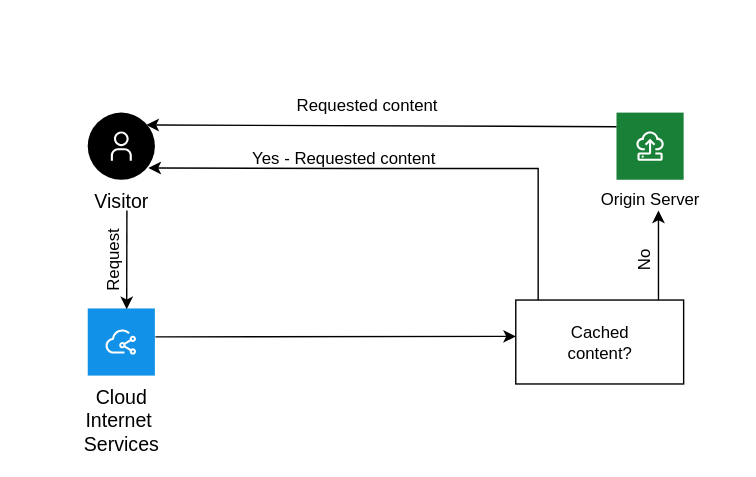
Above: images/ddos-caching.svg in ibm-cloud-docs/cis (draw.io), before the change. Source tidied: cells renumbered, new cells last; positions are measured from the earlier drawing's top-left corner, leaving out a move shared by most shapes. The source it was exported from:
```xml
<mxGraphModel>
  <root>
    <mxCell id="0" />
    <mxCell id="1" parent="0" />
    <mxCell id="2" style="rounded=0;whiteSpace=wrap;html=1;fillColor=default;strokeColor=none;" parent="1" vertex="1">
      <mxGeometry width="540" height="340" as="geometry" />
    </mxCell>
    <mxCell id="3" style="rounded=0;whiteSpace=wrap;html=1;" parent="1" vertex="1">
      <mxGeometry x="368" y="214" width="120" height="60" as="geometry" />
    </mxCell>
    <mxCell id="4" value="Origin Server&#10;" style="shape=rect;fillColor=#198038;labelPosition=center;verticalLabelPosition=bottom;align=center;verticalAlign=top;strokeColor=none;fontSize=12;" parent="1" vertex="1">
      <mxGeometry x="440" y="80" width="48" height="48" as="geometry" />
    </mxCell>
    <mxCell id="5" style="fillColor=#ffffff;strokeColor=none;dashed=0;html=1;labelPosition=center;verticalLabelPosition=bottom;verticalAlign=top;shape=mxgraph.ibm_cloud.ibm-cloud--virtual-server-classic;" parent="4" vertex="1">
      <mxGeometry width="24" height="24" relative="1" as="geometry">
        <mxPoint x="12" y="12" as="offset" />
      </mxGeometry>
    </mxCell>
    <mxCell id="6" value="Visitor" style="shape=ellipse;fillColor=#000000;labelPosition=center;verticalLabelPosition=bottom;align=center;verticalAlign=top;strokeColor=none;fontSize=14;" parent="1" vertex="1">
      <mxGeometry x="62" y="80" width="48" height="48" as="geometry" />
    </mxCell>
    <mxCell id="7" style="fillColor=#ffffff;strokeColor=none;dashed=0;html=1;labelPosition=center;verticalLabelPosition=bottom;verticalAlign=top;shape=mxgraph.ibm_cloud.user;" parent="6" vertex="1">
      <mxGeometry width="24" height="24" relative="1" as="geometry">
        <mxPoint x="12" y="12" as="offset" />
      </mxGeometry>
    </mxCell>
    <mxCell id="8" value="Cloud&#10;Internet &#10;Services" style="shape=rect;fillColor=#1192E8;labelPosition=center;verticalLabelPosition=bottom;align=center;verticalAlign=top;strokeColor=none;fontSize=14;" parent="1" vertex="1">
      <mxGeometry x="62" y="220" width="48" height="48" as="geometry" />
    </mxCell>
    <mxCell id="9" style="fillColor=#ffffff;strokeColor=none;dashed=0;html=1;labelPosition=center;verticalLabelPosition=bottom;verticalAlign=top;shape=mxgraph.ibm_cloud.ibm-cloud--internet-services;" parent="8" vertex="1">
      <mxGeometry width="24" height="24" relative="1" as="geometry">
        <mxPoint x="12" y="12" as="offset" />
      </mxGeometry>
    </mxCell>
    <mxCell id="10" value="Cached content?" style="text;html=1;align=center;verticalAlign=middle;whiteSpace=wrap;rounded=0;" parent="1" vertex="1">
      <mxGeometry x="398" y="229" width="60" height="30" as="geometry" />
    </mxCell>
    <mxCell id="11" style="endArrow=classic;html=1;rounded=0;" parent="1" edge="1">
      <mxGeometry relative="1" as="geometry">
        <mxPoint x="470" y="214" as="sourcePoint" />
        <mxPoint x="470" y="150" as="targetPoint" />
      </mxGeometry>
    </mxCell>
    <mxCell id="12" style="endArrow=classic;html=1;rounded=0;entryX=0.904;entryY=0.824;entryDx=0;entryDy=0;entryPerimeter=0;" parent="1" edge="1" target="6">
      <mxGeometry relative="1" as="geometry">
        <mxPoint x="384" y="214" as="sourcePoint" />
        <Array as="points">
          <mxPoint x="384" y="120" />
          <mxPoint x="250" y="120" />
        </Array>
      </mxGeometry>
    </mxCell>
    <mxCell id="13" style="endArrow=classic;html=1;rounded=0;exitX=0;exitY=0.21;exitDx=0;exitDy=0;exitPerimeter=0;entryX=0.873;entryY=0.184;entryDx=0;entryDy=0;entryPerimeter=0;" parent="1" edge="1" source="4" target="6">
      <mxGeometry relative="1" as="geometry" />
    </mxCell>
    <mxCell id="14" style="endArrow=classic;html=1;rounded=0;entryX=0.58;entryY=0.012;entryDx=0;entryDy=0;entryPerimeter=0;" parent="1" edge="1" target="8">
      <mxGeometry relative="1" as="geometry">
        <mxPoint x="90" y="150" as="sourcePoint" />
      </mxGeometry>
    </mxCell>
    <mxCell id="15" style="endArrow=classic;html=1;rounded=0;exitX=1.008;exitY=0.423;exitDx=0;exitDy=0;entryX=0.001;entryY=0.433;entryDx=0;entryDy=0;entryPerimeter=0;exitPerimeter=0;" parent="1" edge="1" source="8" target="3">
      <mxGeometry relative="1" as="geometry" />
    </mxCell>
    <mxCell id="16" value="Request" style="text;html=1;align=center;verticalAlign=middle;whiteSpace=wrap;rounded=0;rotation=270;" parent="1" vertex="1">
      <mxGeometry x="50" y="170" width="60" height="30" as="geometry" />
    </mxCell>
    <mxCell id="17" value="No" style="text;html=1;align=center;verticalAlign=middle;whiteSpace=wrap;rounded=0;rotation=270;" parent="1" vertex="1">
      <mxGeometry x="430" y="170" width="60" height="30" as="geometry" />
    </mxCell>
    <mxCell id="18" value="Yes - Requested content" style="text;html=1;align=center;verticalAlign=middle;whiteSpace=wrap;rounded=0;" parent="1" vertex="1">
      <mxGeometry x="170" y="98" width="150" height="30" as="geometry" />
    </mxCell>
    <mxCell id="19" value="&amp;nbsp; &amp;nbsp; &amp;nbsp; &amp;nbsp; &amp;nbsp; Requested content" style="text;html=1;align=center;verticalAlign=middle;whiteSpace=wrap;rounded=0;" parent="1" vertex="1">
      <mxGeometry x="170" y="60" width="150" height="30" as="geometry" />
    </mxCell>
  </root>
</mxGraphModel>
```
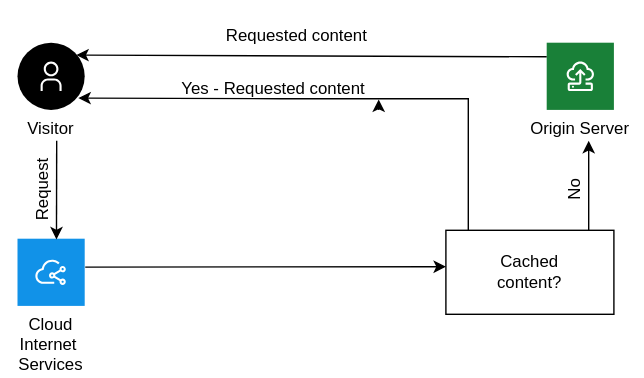
The same file after the commit.

The edit, as a diff of the source:
```diff
@@ -2,65 +2,65 @@
   <root>
     <mxCell id="0" />
     <mxCell id="1" parent="0" />
-    <mxCell id="2" style="rounded=0;whiteSpace=wrap;html=1;fillColor=default;strokeColor=none;" parent="1" vertex="1">
-      <mxGeometry width="540" height="340" as="geometry" />
-    </mxCell>
-    <mxCell id="3" style="rounded=0;whiteSpace=wrap;html=1;" parent="1" vertex="1">
-      <mxGeometry x="368" y="214" width="120" height="60" as="geometry" />
-    </mxCell>
+    <mxCell id="20" style="rounded=0;whiteSpace=wrap;html=1;fillColor=default;strokeColor=none;" parent="1" vertex="1">
+      <mxGeometry x="50" y="50" width="460" height="270" as="geometry" />
+    </mxCell>
+    <mxCell id="21" style="rounded=0;whiteSpace=wrap;html=1;" parent="1" vertex="1">
+      <mxGeometry x="368" y="214" width="120" height="60" as="geometry" />
+    </mxCell>
     <mxCell id="4" value="Origin Server&#10;" style="shape=rect;fillColor=#198038;labelPosition=center;verticalLabelPosition=bottom;align=center;verticalAlign=top;strokeColor=none;fontSize=12;" parent="1" vertex="1">
       <mxGeometry x="440" y="80" width="48" height="48" as="geometry" />
     </mxCell>
-    <mxCell id="5" style="fillColor=#ffffff;strokeColor=none;dashed=0;html=1;labelPosition=center;verticalLabelPosition=bottom;verticalAlign=top;shape=mxgraph.ibm_cloud.ibm-cloud--virtual-server-classic;" parent="4" vertex="1">
-      <mxGeometry width="24" height="24" relative="1" as="geometry">
-        <mxPoint x="12" y="12" as="offset" />
-      </mxGeometry>
-    </mxCell>
+    <mxCell id="22" style="fillColor=#ffffff;strokeColor=none;dashed=0;html=1;labelPosition=center;verticalLabelPosition=bottom;verticalAlign=top;shape=mxgraph.ibm_cloud.ibm-cloud--virtual-server-classic;" parent="4" vertex="1">
+      <mxGeometry width="24" height="24" relative="1" as="geometry">
+        <mxPoint x="12" y="12" as="offset" />
+      </mxGeometry>
+    </mxCell>
-    <mxCell id="6" value="Visitor" style="shape=ellipse;fillColor=#000000;labelPosition=center;verticalLabelPosition=bottom;align=center;verticalAlign=top;strokeColor=none;fontSize=14;" parent="1" vertex="1">
+    <mxCell id="6" value="Visitor" style="shape=ellipse;fillColor=#000000;labelPosition=center;verticalLabelPosition=bottom;align=center;verticalAlign=top;strokeColor=none;fontSize=12;" parent="1" vertex="1">
       <mxGeometry x="62" y="80" width="48" height="48" as="geometry" />
     </mxCell>
-    <mxCell id="7" style="fillColor=#ffffff;strokeColor=none;dashed=0;html=1;labelPosition=center;verticalLabelPosition=bottom;verticalAlign=top;shape=mxgraph.ibm_cloud.user;" parent="6" vertex="1">
-      <mxGeometry width="24" height="24" relative="1" as="geometry">
-        <mxPoint x="12" y="12" as="offset" />
-      </mxGeometry>
-    </mxCell>
+    <mxCell id="23" style="fillColor=#ffffff;strokeColor=none;dashed=0;html=1;labelPosition=center;verticalLabelPosition=bottom;verticalAlign=top;shape=mxgraph.ibm_cloud.user;" parent="6" vertex="1">
+      <mxGeometry width="24" height="24" relative="1" as="geometry">
+        <mxPoint x="12" y="12" as="offset" />
+      </mxGeometry>
+    </mxCell>
-    <mxCell id="8" value="Cloud&#10;Internet &#10;Services" style="shape=rect;fillColor=#1192E8;labelPosition=center;verticalLabelPosition=bottom;align=center;verticalAlign=top;strokeColor=none;fontSize=14;" parent="1" vertex="1">
+    <mxCell id="8" value="Cloud&#10;Internet &#10;Services" style="shape=rect;fillColor=#1192E8;labelPosition=center;verticalLabelPosition=bottom;align=center;verticalAlign=top;strokeColor=none;fontSize=12;" parent="1" vertex="1">
       <mxGeometry x="62" y="220" width="48" height="48" as="geometry" />
     </mxCell>
-    <mxCell id="9" style="fillColor=#ffffff;strokeColor=none;dashed=0;html=1;labelPosition=center;verticalLabelPosition=bottom;verticalAlign=top;shape=mxgraph.ibm_cloud.ibm-cloud--internet-services;" parent="8" vertex="1">
-      <mxGeometry width="24" height="24" relative="1" as="geometry">
-        <mxPoint x="12" y="12" as="offset" />
-      </mxGeometry>
-    </mxCell>
+    <mxCell id="24" style="fillColor=#ffffff;strokeColor=none;dashed=0;html=1;labelPosition=center;verticalLabelPosition=bottom;verticalAlign=top;shape=mxgraph.ibm_cloud.ibm-cloud--internet-services;" parent="8" vertex="1">
+      <mxGeometry width="24" height="24" relative="1" as="geometry">
+        <mxPoint x="12" y="12" as="offset" />
+      </mxGeometry>
+    </mxCell>
     <mxCell id="10" value="Cached content?" style="text;html=1;align=center;verticalAlign=middle;whiteSpace=wrap;rounded=0;" parent="1" vertex="1">
       <mxGeometry x="398" y="229" width="60" height="30" as="geometry" />
     </mxCell>
-    <mxCell id="11" style="endArrow=classic;html=1;rounded=0;" parent="1" edge="1">
-      <mxGeometry relative="1" as="geometry">
-        <mxPoint x="470" y="214" as="sourcePoint" />
-        <mxPoint x="470" y="150" as="targetPoint" />
-      </mxGeometry>
-    </mxCell>
-    <mxCell id="12" style="endArrow=classic;html=1;rounded=0;entryX=0.904;entryY=0.824;entryDx=0;entryDy=0;entryPerimeter=0;" parent="1" edge="1" target="6">
-      <mxGeometry relative="1" as="geometry">
-        <mxPoint x="384" y="214" as="sourcePoint" />
-        <Array as="points">
-          <mxPoint x="384" y="120" />
-          <mxPoint x="250" y="120" />
-        </Array>
-      </mxGeometry>
-    </mxCell>
+    <mxCell id="25" style="endArrow=classic;html=1;rounded=0;" parent="1" edge="1">
+      <mxGeometry relative="1" as="geometry">
+        <mxPoint x="470" y="214" as="sourcePoint" />
+        <mxPoint x="470" y="150" as="targetPoint" />
+      </mxGeometry>
+    </mxCell>
+    <mxCell id="26" style="endArrow=classic;html=1;rounded=0;entryX=0.904;entryY=0.824;entryDx=0;entryDy=0;entryPerimeter=0;" parent="1" edge="1" target="6">
+      <mxGeometry relative="1" as="geometry">
+        <mxPoint x="384" y="214" as="sourcePoint" />
+        <Array as="points">
+          <mxPoint x="384" y="120" />
+          <mxPoint x="250" y="120" />
+        </Array>
+      </mxGeometry>
+    </mxCell>
     <mxCell id="13" style="endArrow=classic;html=1;rounded=0;exitX=0;exitY=0.21;exitDx=0;exitDy=0;exitPerimeter=0;entryX=0.873;entryY=0.184;entryDx=0;entryDy=0;entryPerimeter=0;" parent="1" edge="1" source="4" target="6">
       <mxGeometry relative="1" as="geometry" />
     </mxCell>
-    <mxCell id="14" style="endArrow=classic;html=1;rounded=0;entryX=0.58;entryY=0.012;entryDx=0;entryDy=0;entryPerimeter=0;" parent="1" edge="1" target="8">
-      <mxGeometry relative="1" as="geometry">
-        <mxPoint x="90" y="150" as="sourcePoint" />
-      </mxGeometry>
-    </mxCell>
-    <mxCell id="15" style="endArrow=classic;html=1;rounded=0;exitX=1.008;exitY=0.423;exitDx=0;exitDy=0;entryX=0.001;entryY=0.433;entryDx=0;entryDy=0;entryPerimeter=0;exitPerimeter=0;" parent="1" edge="1" source="8" target="3">
-      <mxGeometry relative="1" as="geometry" />
-    </mxCell>
+    <mxCell id="27" style="endArrow=classic;html=1;rounded=0;entryX=0.58;entryY=0.012;entryDx=0;entryDy=0;entryPerimeter=0;" parent="1" edge="1" target="8">
+      <mxGeometry relative="1" as="geometry">
+        <mxPoint x="90" y="150" as="sourcePoint" />
+      </mxGeometry>
+    </mxCell>
+    <mxCell id="28" style="endArrow=classic;html=1;rounded=0;exitX=1.008;exitY=0.423;exitDx=0;exitDy=0;entryX=0.001;entryY=0.433;entryDx=0;entryDy=0;entryPerimeter=0;exitPerimeter=0;" parent="1" edge="1" source="8" target="21">
+      <mxGeometry relative="1" as="geometry" />
+    </mxCell>
     <mxCell id="16" value="Request" style="text;html=1;align=center;verticalAlign=middle;whiteSpace=wrap;rounded=0;rotation=270;" parent="1" vertex="1">
       <mxGeometry x="50" y="170" width="60" height="30" as="geometry" />
     </mxCell>
@@ -73,5 +73,8 @@
     <mxCell id="19" value="&amp;nbsp; &amp;nbsp; &amp;nbsp; &amp;nbsp; &amp;nbsp; Requested content" style="text;html=1;align=center;verticalAlign=middle;whiteSpace=wrap;rounded=0;" parent="1" vertex="1">
       <mxGeometry x="170" y="60" width="150" height="30" as="geometry" />
     </mxCell>
+    <mxCell id="29" style="edgeStyle=orthogonalEdgeStyle;rounded=0;orthogonalLoop=1;jettySize=auto;html=1;exitX=1;exitY=1;exitDx=0;exitDy=0;entryX=1;entryY=0.75;entryDx=0;entryDy=0;" parent="1" edge="1" source="18" target="18">
+      <mxGeometry relative="1" as="geometry" />
+    </mxCell>
   </root>
 </mxGraphModel>
```
